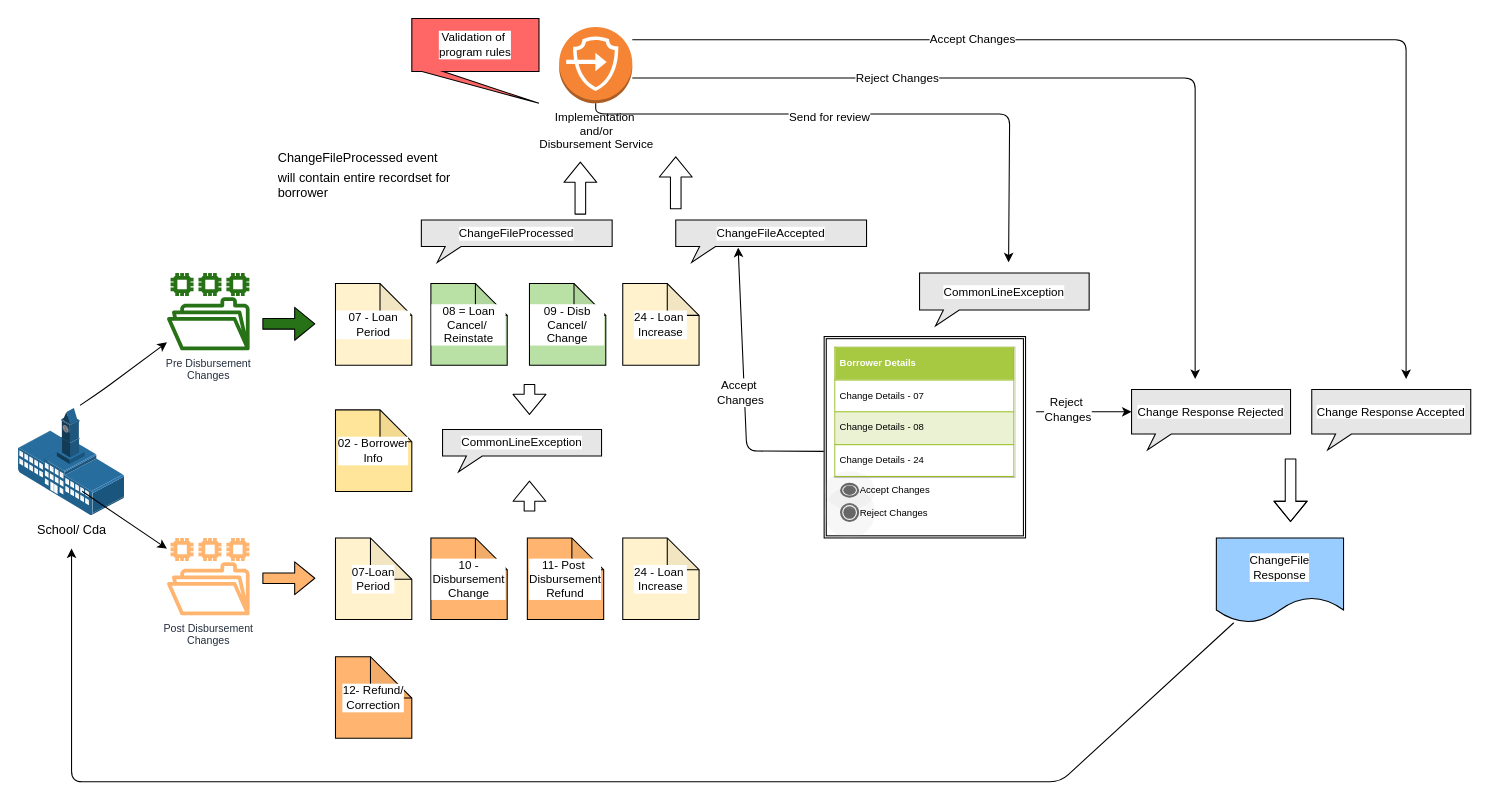
This is ChangeFiles.drawio from lbarrow-work/wired-brain-recipes, a draw.io file, before an edit. Source tidied: cells renumbered, new cells numbered last; positions are measured from the earlier drawing's top-left corner, leaving out a move shared by most shapes. Both pictures are drawn from the tidied source at 106%, with x=0, y=0 at pixel (18, 18).
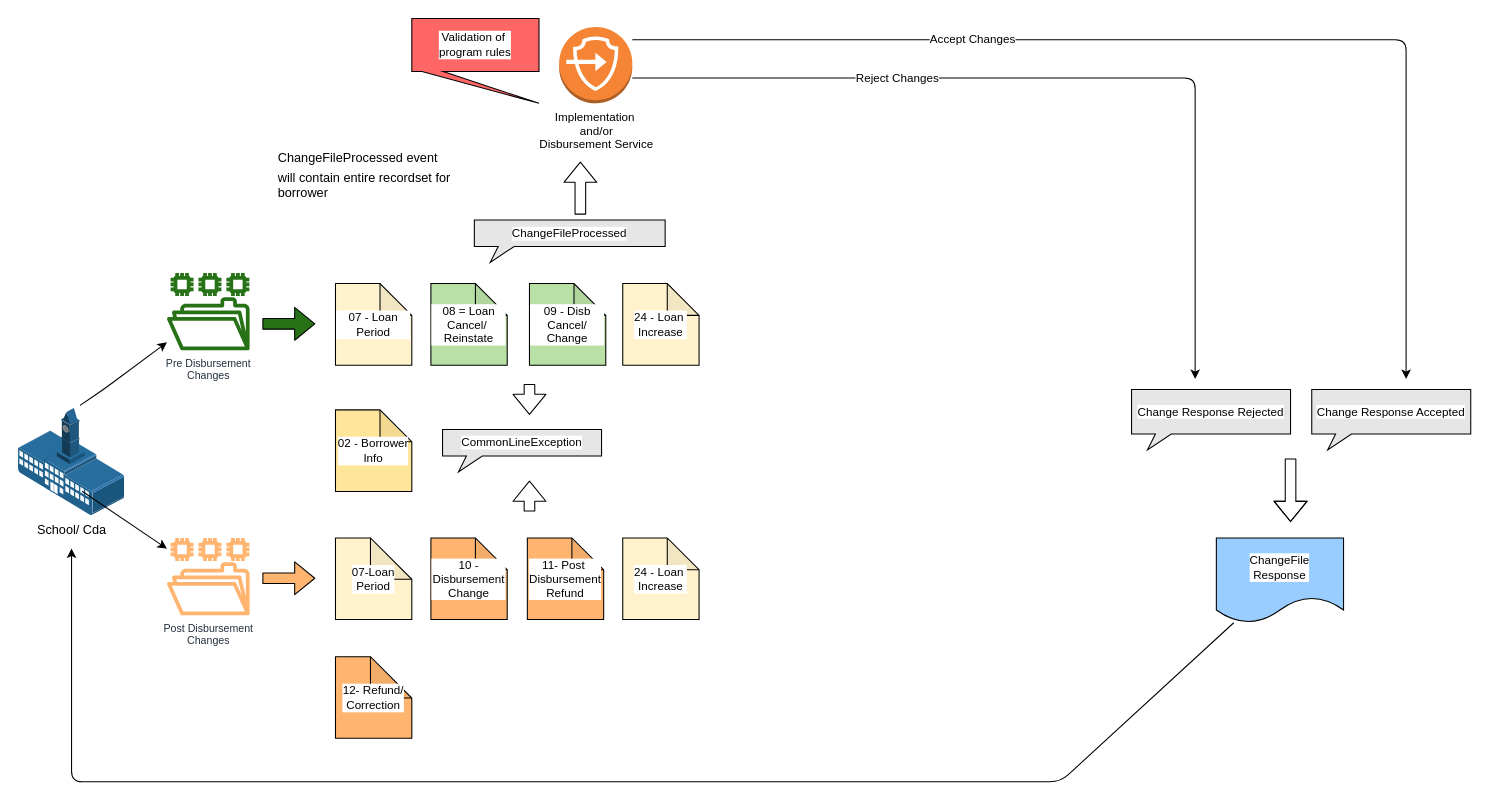
Above is the later version.

The change refers to these unchanged cells:
```xml
<mxCell id="20" value="Implementation&amp;nbsp;&lt;br&gt;and/or&lt;br&gt;Disbursement Service" style="outlineConnect=0;dashed=0;verticalLabelPosition=bottom;verticalAlign=top;align=center;html=1;shape=mxgraph.aws3.endpoints;fillColor=#F58534;gradientColor=none;labelBackgroundColor=white;fontSize=11;" parent="1" vertex="1">
  <mxGeometry x="510" y="8" width="69" height="72" as="geometry" />
</mxCell>
<mxCell id="40" value="Change Response Rejected" style="whiteSpace=wrap;html=1;shape=mxgraph.basic.rectCallout;dx=30;dy=15;boundedLbl=1;labelBackgroundColor=white;fontSize=11;fillColor=#E6E6E6;verticalAlign=middle;" parent="1" vertex="1">
  <mxGeometry x="1050" y="350" width="150" height="57" as="geometry" />
</mxCell>
```

What changed in the source:
```diff
@@
     <mxCell id="17" value="ChangeFileProcessed" style="whiteSpace=wrap;html=1;shape=mxgraph.basic.rectCallout;dx=30;dy=15;boundedLbl=1;labelBackgroundColor=white;fontSize=11;fillColor=#E6E6E6;verticalAlign=middle;" parent="1" vertex="1">
-      <mxGeometry x="380" y="190" width="180" height="40" as="geometry" />
+      <mxGeometry x="430" y="190" width="180" height="40" as="geometry" />
     </mxCell>
@@
-    <mxCell id="24" style="shape=ext;double=1;whiteSpace=wrap;html=1;labelBackgroundColor=white;fontSize=11;fillColor=#FFFFFF;verticalAlign=middle;" parent="1" vertex="1">
-      <mxGeometry x="760" y="300" width="190" height="190" as="geometry" />
-    </mxCell>
-    <mxCell id="25" style="shape=ellipse;labelPosition=right;align=left;strokeColor=none;fillColor=#B0B0B0;opacity=10;labelBackgroundColor=white;fontSize=9;html=1;" parent="1" vertex="1">
-      <mxGeometry x="760" y="442" width="48" height="48" as="geometry" />
-    </mxCell>
-    <mxCell id="26" value="Reject Changes" style="dashed=0;labelPosition=right;align=left;shape=mxgraph.gmdl.radiobutton;strokeColor=#676767;fillColor=#676767;strokeWidth=2;fontSize=9;" parent="25" vertex="1">
-      <mxGeometry x="16" y="16" width="16" height="16" as="geometry" />
-    </mxCell>
-    <mxCell id="27" value="&lt;table border=&quot;1&quot; width=&quot;100%&quot; cellpadding=&quot;4&quot; style=&quot;width: 100% ; height: 100% ; border-collapse: collapse ; font-size: 9px&quot;&gt;&lt;tbody style=&quot;font-size: 9px&quot;&gt;&lt;tr style=&quot;background-color: rgb(167 , 201 , 66) ; color: rgb(255 , 255 , 255) ; border: 1px solid rgb(152 , 191 , 33) ; font-size: 9px&quot;&gt;&lt;th align=&quot;left&quot; style=&quot;font-size: 9px&quot;&gt;Borrower Details&lt;/th&gt;&lt;/tr&gt;&lt;tr style=&quot;border: 1px solid rgb(152 , 191 , 33) ; font-size: 9px&quot;&gt;&lt;td style=&quot;font-size: 9px&quot;&gt;Change Details - 07&lt;/td&gt;&lt;/tr&gt;&lt;tr style=&quot;background-color: rgb(234 , 242 , 211) ; border: 1px solid rgb(152 , 191 , 33) ; font-size: 9px&quot;&gt;&lt;td style=&quot;font-size: 9px&quot;&gt;Change Details - 08&lt;/td&gt;&lt;/tr&gt;&lt;tr style=&quot;border: 1px solid rgb(152 , 191 , 33) ; font-size: 9px&quot;&gt;&lt;td style=&quot;font-size: 9px&quot;&gt;Change Details - 24&lt;/td&gt;&lt;/tr&gt;&lt;/tbody&gt;&lt;/table&gt;" style="text;html=1;strokeColor=#c0c0c0;fillColor=#ffffff;overflow=fill;rounded=0;labelBackgroundColor=white;fontSize=9;verticalAlign=middle;" parent="1" vertex="1">
-      <mxGeometry x="770" y="310" width="170" height="123" as="geometry" />
-    </mxCell>
-    <mxCell id="28" style="shape=ellipse;labelPosition=right;align=left;strokeColor=none;fillColor=#B0B0B0;opacity=10;labelBackgroundColor=white;fontSize=9;html=1;" parent="1" vertex="1">
-      <mxGeometry x="760" y="427" width="48" height="36" as="geometry" />
-    </mxCell>
-    <mxCell id="29" value="Accept Changes" style="dashed=0;labelPosition=right;align=left;shape=mxgraph.gmdl.radiobutton;strokeColor=#676767;fillColor=#676767;strokeWidth=2;fontSize=9;" parent="28" vertex="1">
-      <mxGeometry x="16" y="12" width="16" height="12" as="geometry" />
-    </mxCell>
@@
-    <mxCell id="37" value="CommonLineException" style="whiteSpace=wrap;html=1;shape=mxgraph.basic.rectCallout;dx=30;dy=15;boundedLbl=1;labelBackgroundColor=white;fontSize=11;fillColor=#E6E6E6;verticalAlign=middle;" parent="1" vertex="1">
-      <mxGeometry x="850" y="240" width="160" height="50" as="geometry" />
-    </mxCell>
-    <mxCell id="38" style="edgeStyle=segmentEdgeStyle;endArrow=classic;html=1;fontSize=9;" parent="1" edge="1" source="20">
-      <mxGeometry relative="1" as="geometry">
-        <mxPoint x="934" y="230" as="targetPoint" />
-        <Array as="points">
-          <mxPoint x="545" y="90" />
-          <mxPoint x="935" y="90" />
-          <mxPoint x="935" y="230" />
-        </Array>
-      </mxGeometry>
-    </mxCell>
-    <mxCell id="39" value="Send for review" style="edgeLabel;html=1;align=center;verticalAlign=middle;" parent="38" vertex="1">
-      <mxGeometry x="-0.15" y="-2" relative="1" as="geometry" />
-    </mxCell>
@@
-    <mxCell id="41" value="ChangeFileAccepted" style="whiteSpace=wrap;html=1;shape=mxgraph.basic.rectCallout;dx=30;dy=15;boundedLbl=1;labelBackgroundColor=white;fontSize=11;fillColor=#E6E6E6;verticalAlign=middle;" parent="1" vertex="1">
-      <mxGeometry x="620" y="190" width="180" height="40" as="geometry" />
-    </mxCell>
-    <mxCell id="42" style="shape=flexArrow;endArrow=classic;html=1;fontSize=11;" parent="1" edge="1">
-      <mxGeometry relative="1" as="geometry">
-        <mxPoint x="620" y="180" as="sourcePoint" />
-        <mxPoint x="620" y="130" as="targetPoint" />
-      </mxGeometry>
-    </mxCell>
-    <mxCell id="43" style="endArrow=classic;html=1;fontSize=11;exitX=-0.002;exitY=0.57;exitDx=0;exitDy=0;exitPerimeter=0;entryX=0.327;entryY=0.653;entryDx=0;entryDy=0;entryPerimeter=0;" parent="1" edge="1" source="24" target="41">
-      <mxGeometry relative="1" as="geometry">
-        <Array as="points">
-          <mxPoint x="687" y="408" />
-        </Array>
-      </mxGeometry>
-    </mxCell>
-    <mxCell id="44" value="Accept&amp;nbsp;&lt;br&gt;Changes" style="edgeLabel;html=1;align=center;verticalAlign=middle;" parent="43" vertex="1">
-      <mxGeometry x="-0.03" y="4" relative="1" as="geometry" />
-    </mxCell>
-    <mxCell id="45" style="endArrow=classic;html=1;entryX=0;entryY=0;entryDx=0;entryDy=21;entryPerimeter=0;" parent="1" edge="1" target="40">
-      <mxGeometry relative="1" as="geometry">
-        <mxPoint x="960" y="371" as="sourcePoint" />
-      </mxGeometry>
-    </mxCell>
-    <mxCell id="46" value="Reject&amp;nbsp;&lt;br&gt;Changes" style="edgeLabel;html=1;align=center;verticalAlign=middle;" parent="45" vertex="1">
-      <mxGeometry x="-0.35" y="3" relative="1" as="geometry" />
-    </mxCell>
```
